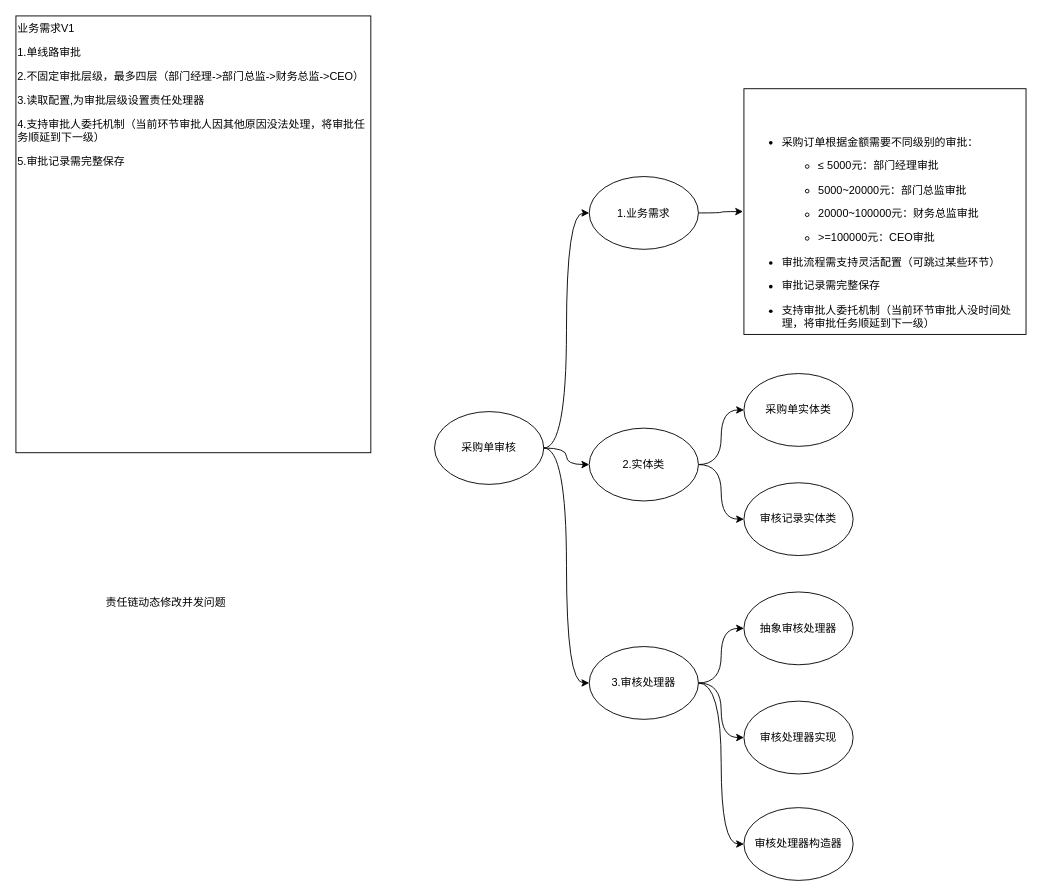
Before: 采购单-责任链模式.drawio in liepig1223/drawio, a draw.io diagram. Source tidied: cells renumbered, new cells numbered last; positions are measured from the earlier drawing's top-left corner, leaving out a move shared by most shapes. Both pictures are drawn from the tidied source at 91%, with x=0, y=0 at pixel (15, 15).
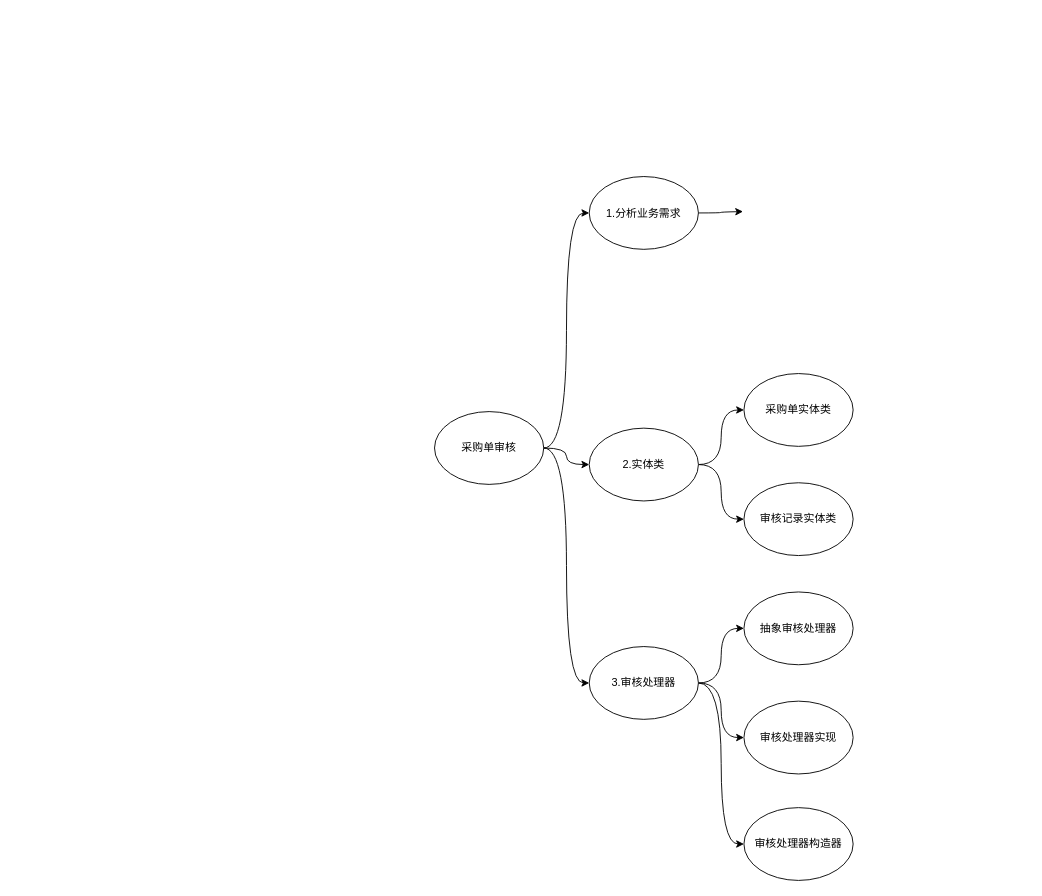
After the change.

Commit message:
更新采购单-责任链模式.drawio

Diff of the diagram source:
```diff
@@
-    <mxCell id="6" style="edgeStyle=orthogonalEdgeStyle;rounded=0;jettySize=auto;html=1;curved=1;" parent="1" edge="1" source="7" target="11">
-      <mxGeometry relative="1" as="geometry" />
+    <mxCell id="6" style="edgeStyle=orthogonalEdgeStyle;rounded=0;jettySize=auto;html=1;curved=1;" parent="1" edge="1" source="7">
+      <mxGeometry relative="1" as="geometry">
+        <mxPoint x="799" y="215" as="targetPoint" />
+      </mxGeometry>
     </mxCell>
-    <mxCell id="7" value="1.业务需求" style="ellipse;whiteSpace=wrap;html=1;" parent="1" vertex="1">
+    <mxCell id="7" value="1.分析业务需求" style="ellipse;whiteSpace=wrap;html=1;" parent="1" vertex="1">
       <mxGeometry x="630" y="176.5" width="120" height="80" as="geometry" />
     </mxCell>
@@
-    <mxCell id="11" value="&lt;h1 style=&quot;margin-top: 0px;&quot;&gt;&lt;br&gt;&lt;/h1&gt;&lt;ul&gt;&lt;li&gt;&lt;p class=&quot;ds-markdown-paragraph&quot;&gt;采购订单根据金额需要不同级别的审批：&lt;/p&gt;&lt;ul&gt;&lt;li&gt;&lt;p class=&quot;ds-markdown-paragraph&quot;&gt;≤ 5000元：部门经理审批&lt;/p&gt;&lt;/li&gt;&lt;li&gt;&lt;p class=&quot;ds-markdown-paragraph&quot;&gt;5000~20000元：部门总监审批&lt;/p&gt;&lt;/li&gt;&lt;li&gt;&lt;p class=&quot;ds-markdown-paragraph&quot;&gt;20000~100000元：财务总监审批&lt;/p&gt;&lt;/li&gt;&lt;li&gt;&lt;p class=&quot;ds-markdown-paragraph&quot;&gt;&amp;gt;=100000元：CEO审批&lt;/p&gt;&lt;/li&gt;&lt;/ul&gt;&lt;/li&gt;&lt;li&gt;&lt;p class=&quot;ds-markdown-paragraph&quot;&gt;审批流程需支持灵活配置（可跳过某些环节）&lt;/p&gt;&lt;/li&gt;&lt;li&gt;&lt;p class=&quot;ds-markdown-paragraph&quot;&gt;审批记录需完整保存&lt;/p&gt;&lt;/li&gt;&lt;li&gt;&lt;p class=&quot;ds-markdown-paragraph&quot;&gt;支持审批人委托机制（当前环节审批人没时间处理，将审批任务顺延到下一级）&lt;/p&gt;&lt;/li&gt;&lt;/ul&gt;&lt;p&gt;&lt;/p&gt;" style="text;html=1;whiteSpace=wrap;overflow=hidden;rounded=0;fillColor=default;perimeterSpacing=1;glass=0;strokeColor=default;" parent="1" vertex="1">
-      <mxGeometry x="800" y="80" width="310" height="270" as="geometry" />
-    </mxCell>
@@
-    <mxCell id="18" value="业务需求V1&lt;p&gt;1.单线路审批&lt;/p&gt;&lt;p&gt;2.不固定审批层级，最多四层（部门经理-&amp;gt;部门总监-&amp;gt;财务总监-&amp;gt;CEO）&lt;br&gt;&lt;/p&gt;&lt;p&gt;3.读取配置,为审批层级设置责任处理器&lt;/p&gt;&lt;p&gt;4.支持审批人委托机制（当前环节审批人因其他原因没法处理，将审批任务顺延到下一级）&lt;/p&gt;&lt;p&gt;5.审批记录需完整保存&lt;/p&gt;" style="text;html=1;whiteSpace=wrap;overflow=hidden;rounded=0;strokeColor=default;fillColor=default;" parent="1" vertex="1">
-      <mxGeometry width="390" height="480" as="geometry" />
-    </mxCell>
@@
-    <mxCell id="22" value="责任链动态修改并发问题" style="text;html=1;align=center;verticalAlign=middle;whiteSpace=wrap;rounded=0;" parent="1" vertex="1">
-      <mxGeometry x="80" y="620" width="170" height="50" as="geometry" />
-    </mxCell>
```
